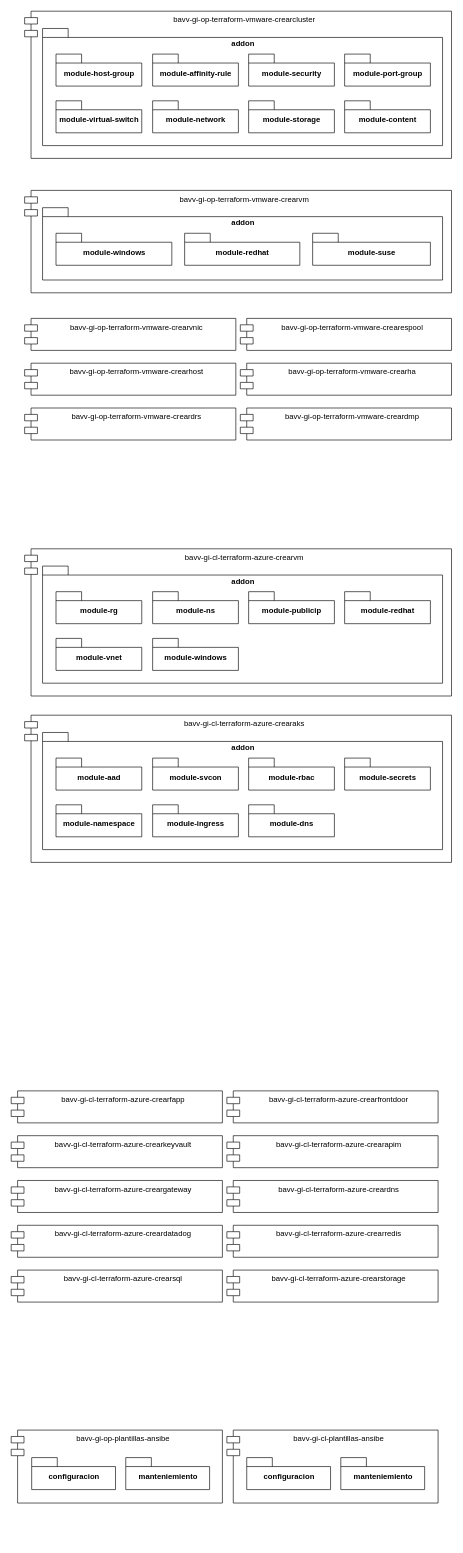
The draw.io diagram images/implementacion-iac.drawio in fjroldan/diagrams, before the edit. Source tidied: cells renumbered, new cells numbered last; positions are measured from the earlier drawing's top-left corner, leaving out a move shared by most shapes. Both pictures are drawn from the tidied source at 64%, with x=0, y=0 at pixel (11, 11).
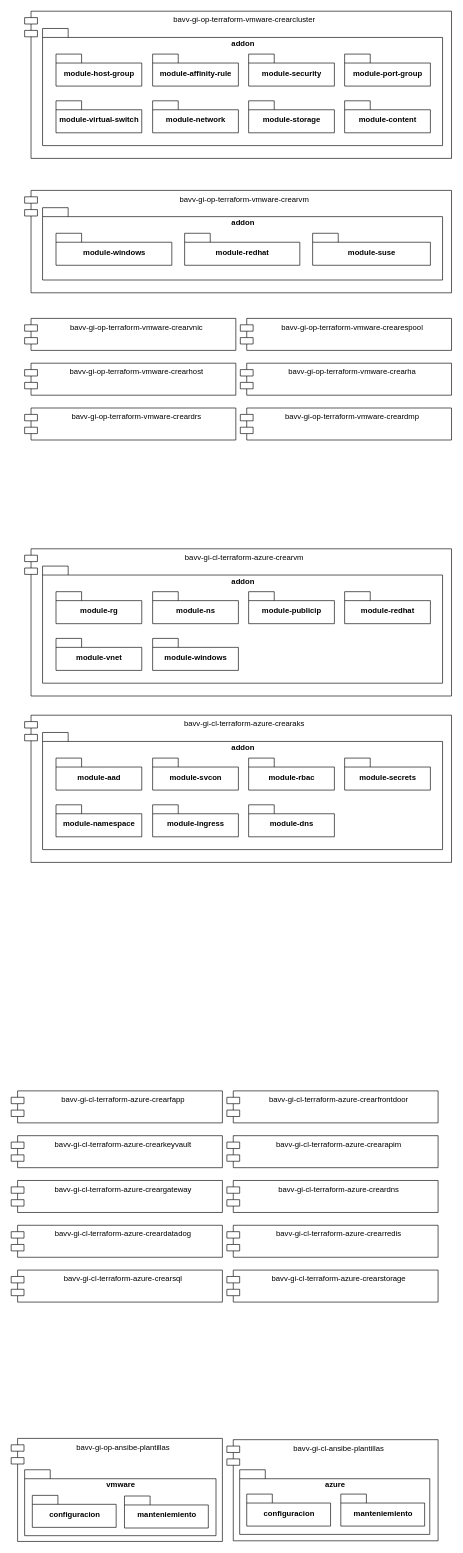
Above is the later version.

Change to the diagram source:
```diff
@@
-    <mxCell id="50" value="bavv-gi-op-plantillas-ansibe" style="shape=module;align=left;spacingLeft=20;align=center;verticalAlign=top;" parent="1" vertex="1">
-      <mxGeometry y="2217" width="330" height="114" as="geometry" />
+    <mxCell id="50" value="bavv-gi-op-ansibe-plantillas" style="shape=module;align=left;spacingLeft=20;align=center;verticalAlign=top;" parent="1" vertex="1">
+      <mxGeometry y="2230" width="330" height="161" as="geometry" />
     </mxCell>
-    <mxCell id="51" value="bavv-gi-cl-plantillas-ansibe" style="shape=module;align=left;spacingLeft=20;align=center;verticalAlign=top;" parent="1" vertex="1">
-      <mxGeometry x="337" y="2217" width="330" height="114" as="geometry" />
+    <mxCell id="51" value="bavv-gi-cl-ansibe-plantillas" style="shape=module;align=left;spacingLeft=20;align=center;verticalAlign=top;" parent="1" vertex="1">
+      <mxGeometry x="337" y="2232" width="330" height="158" as="geometry" />
     </mxCell>
+    <mxCell id="56" value="vmware" style="shape=folder;fontStyle=1;spacingTop=10;tabWidth=40;tabHeight=14;tabPosition=left;html=1;verticalAlign=top;" parent="1" vertex="1">
+      <mxGeometry x="21" y="2279" width="299" height="103" as="geometry" />
+    </mxCell>
+    <mxCell id="57" value="azure" style="shape=folder;fontStyle=1;spacingTop=10;tabWidth=40;tabHeight=14;tabPosition=left;html=1;verticalAlign=top;" parent="1" vertex="1">
+      <mxGeometry x="357" y="2279" width="297" height="101" as="geometry" />
+    </mxCell>
     <mxCell id="52" value="configuracion" style="shape=folder;fontStyle=1;spacingTop=10;tabWidth=40;tabHeight=14;tabPosition=left;html=1;" parent="1" vertex="1">
-      <mxGeometry x="32" y="2260" width="131" height="50" as="geometry" />
+      <mxGeometry x="33" y="2319" width="131" height="50" as="geometry" />
     </mxCell>
     <mxCell id="53" value="manteniemiento" style="shape=folder;fontStyle=1;spacingTop=10;tabWidth=40;tabHeight=14;tabPosition=left;html=1;" parent="1" vertex="1">
-      <mxGeometry x="179" y="2260" width="131" height="50" as="geometry" />
+      <mxGeometry x="177" y="2320" width="131" height="50" as="geometry" />
     </mxCell>
     <mxCell id="54" value="configuracion" style="shape=folder;fontStyle=1;spacingTop=10;tabWidth=40;tabHeight=14;tabPosition=left;html=1;" parent="1" vertex="1">
-      <mxGeometry x="368" y="2260" width="131" height="50" as="geometry" />
+      <mxGeometry x="368" y="2317" width="131" height="50" as="geometry" />
     </mxCell>
     <mxCell id="55" value="manteniemiento" style="shape=folder;fontStyle=1;spacingTop=10;tabWidth=40;tabHeight=14;tabPosition=left;html=1;" parent="1" vertex="1">
-      <mxGeometry x="515" y="2260" width="131" height="50" as="geometry" />
+      <mxGeometry x="515" y="2317" width="131" height="50" as="geometry" />
     </mxCell>
```
